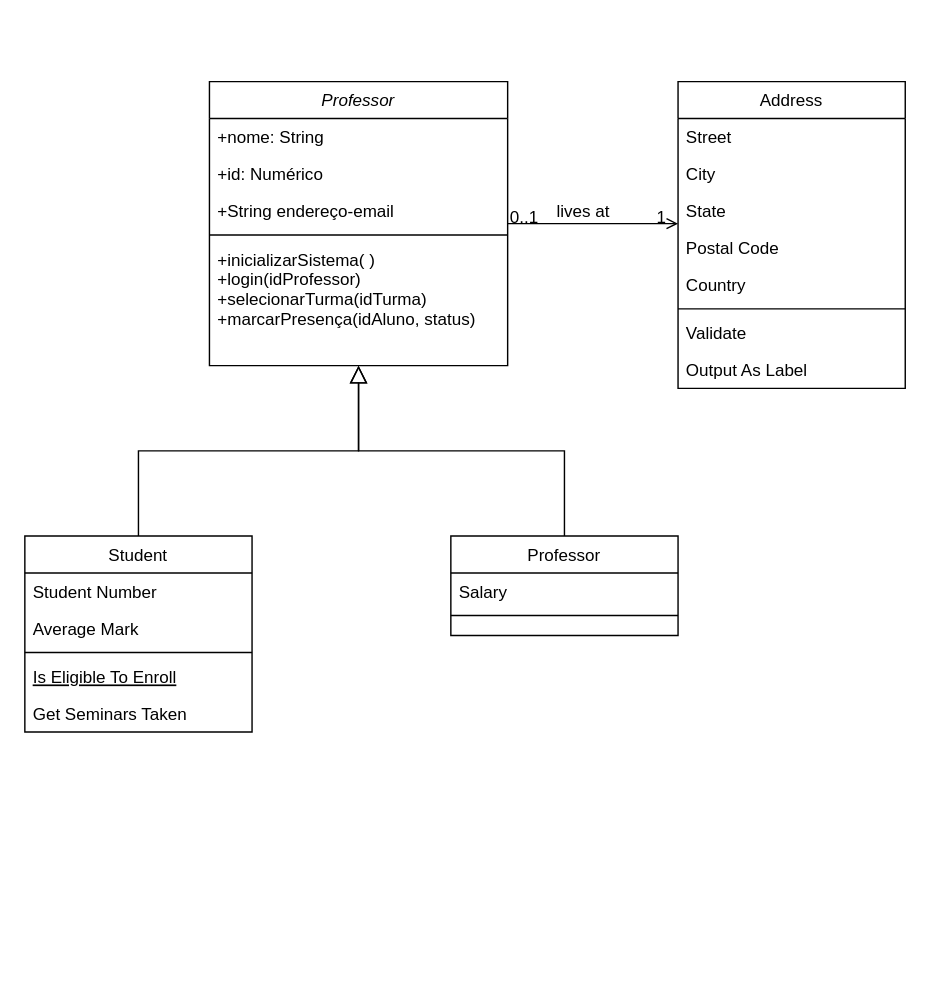
This is Diagramas/Diagrama de Classe.drawio from cc4semestre/projeto, a draw.io file, before an edit. Source tidied: cells renumbered, new cells numbered last; positions are measured from the earlier drawing's top-left corner, leaving out a move shared by most shapes. Both pictures are drawn from the tidied source at 142%, with x=0, y=0 at pixel (24, 81).
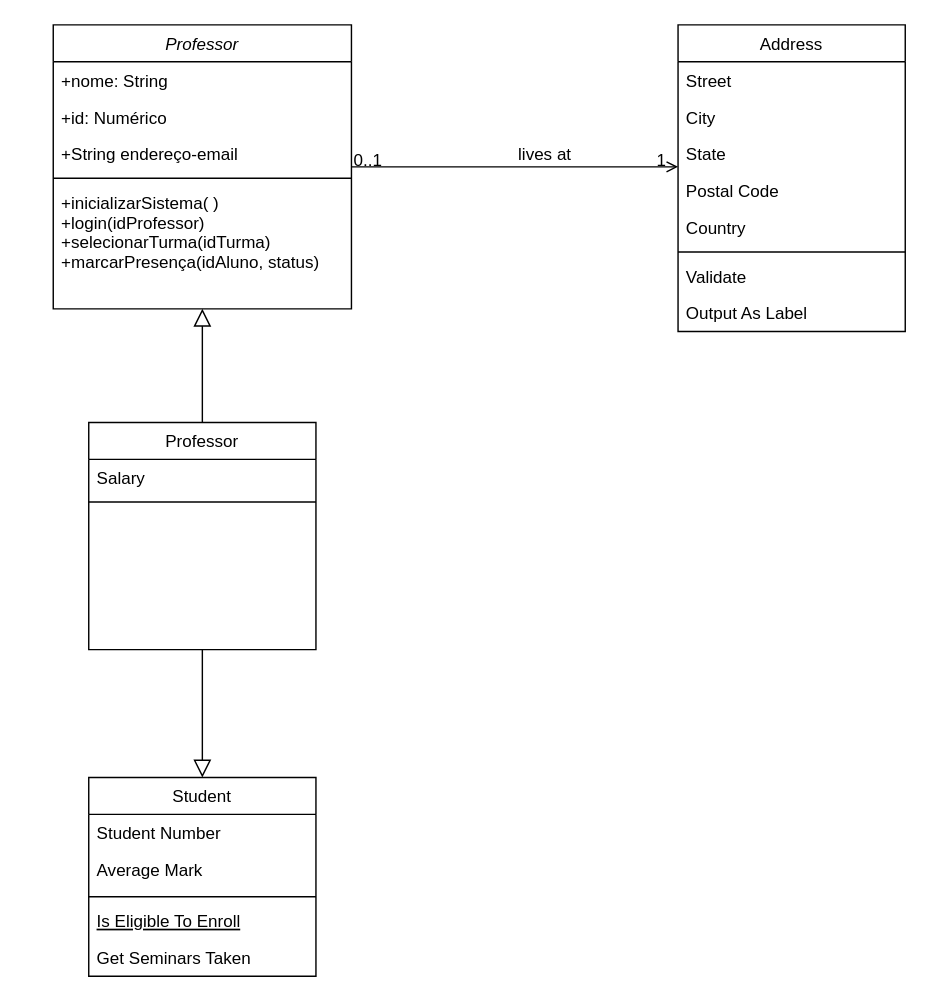
The same page after the edit.

Diff of the diagram source:
```diff
@@
     <mxCell id="2" value="Professor" style="swimlane;fontStyle=2;align=center;verticalAlign=top;horizontal=1;startSize=26;rounded=0;shadow=0;strokeWidth=1;" parent="1" vertex="1">
-      <mxGeometry x="130" width="210" height="200" as="geometry" />
+      <mxGeometry x="20" y="-40" width="210" height="200" as="geometry" />
     </mxCell>
@@
     <mxCell id="8" value="Student" style="swimlane;fontStyle=0;align=center;verticalAlign=top;horizontal=1;startSize=26;rounded=0;shadow=0;strokeWidth=1;" parent="1" vertex="1">
-      <mxGeometry y="320" width="160" height="138" as="geometry" />
+      <mxGeometry x="45" y="490" width="160" height="140" as="geometry" />
     </mxCell>
@@
     <mxCell id="10" value="Average Mark" style="text;align=left;verticalAlign=top;spacingLeft=4;spacingRight=4;overflow=hidden;rounded=0;shadow=0;html=0;" parent="8" vertex="1">
-      <mxGeometry y="52" width="160" height="26" as="geometry" />
+      <mxGeometry y="52" width="160" height="28" as="geometry" />
     </mxCell>
     <mxCell id="11" style="line;html=1;strokeWidth=1;align=left;verticalAlign=middle;spacingTop=-1;spacingLeft=3;spacingRight=3;labelPosition=right;" parent="8" vertex="1">
-      <mxGeometry y="78" width="160" height="8" as="geometry" />
+      <mxGeometry y="80" width="160" height="8" as="geometry" />
     </mxCell>
     <mxCell id="12" value="Is Eligible To Enroll" style="text;align=left;verticalAlign=top;spacingLeft=4;spacingRight=4;overflow=hidden;fontStyle=4;" parent="8" vertex="1">
-      <mxGeometry y="86" width="160" height="26" as="geometry" />
+      <mxGeometry y="88" width="160" height="26" as="geometry" />
     </mxCell>
     <mxCell id="13" value="Get Seminars Taken" style="text;align=left;verticalAlign=top;spacingLeft=4;spacingRight=4;overflow=hidden;" parent="8" vertex="1">
-      <mxGeometry y="112" width="160" height="26" as="geometry" />
+      <mxGeometry y="114" width="160" height="26" as="geometry" />
     </mxCell>
-    <mxCell id="14" style="endArrow=block;endSize=10;endFill=0;shadow=0;strokeWidth=1;rounded=0;curved=0;edgeStyle=elbowEdgeStyle;elbow=vertical;" parent="1" edge="1" source="8" target="2">
-      <mxGeometry relative="1" as="geometry" />
-    </mxCell>
+    <mxCell id="32" style="edgeStyle=elbowEdgeStyle;rounded=0;jettySize=auto;html=1;entryX=0.5;entryY=0;entryDx=0;entryDy=0;elbow=vertical;endArrow=block;endFill=0;endSize=10;" parent="1" edge="1" source="15" target="8">
+      <mxGeometry relative="1" as="geometry" />
+    </mxCell>
     <mxCell id="15" value="Professor" style="swimlane;fontStyle=0;align=center;verticalAlign=top;horizontal=1;startSize=26;rounded=0;shadow=0;strokeWidth=1;" parent="1" vertex="1">
-      <mxGeometry x="300" y="320" width="160" height="70" as="geometry" />
+      <mxGeometry x="45" y="240" width="160" height="160" as="geometry" />
     </mxCell>
@@
     <mxCell id="19" value="Address" style="swimlane;fontStyle=0;align=center;verticalAlign=top;horizontal=1;startSize=26;rounded=0;shadow=0;strokeWidth=1;" parent="1" vertex="1">
-      <mxGeometry x="460" width="160" height="216" as="geometry" />
+      <mxGeometry x="460" y="-40" width="160" height="216" as="geometry" />
     </mxCell>
```
